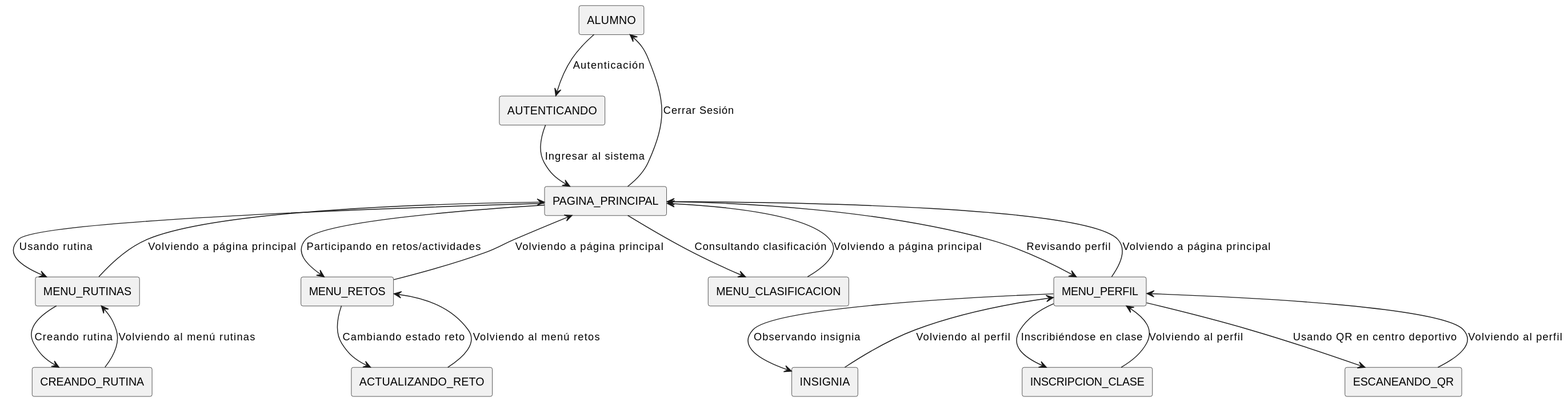
Before: Documentos/Imagenes/DiagramasContexto/AlumnoContexto.svg, a diagram exported from PlantUML (mmasias/24-25-IdSw1-SDR).
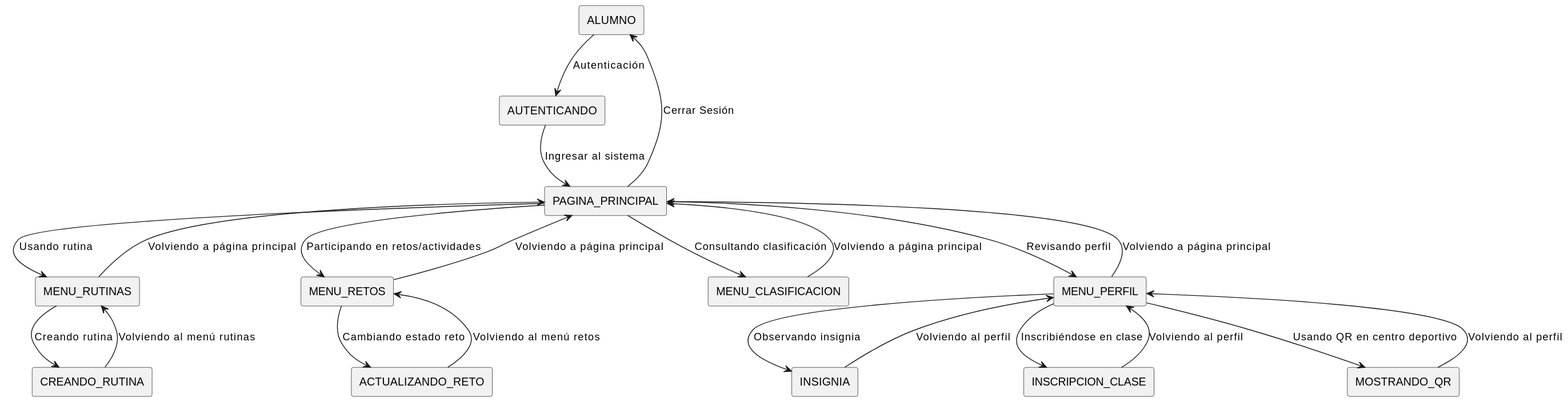
Above is the later version.

What changed in the source:
```diff
@@ -10,7 +10,7 @@
 RECTANGLE(MENU_PERFIL)
 RECTANGLE(INSIGNIA)
 RECTANGLE(INSCRIPCION_CLASE)
-RECTANGLE(ESCANEANDO_QR)
+RECTANGLE(MOSTRANDO_QR)
 
 RECTANGLE(ACTUALIZANDO_RETO)
 RECTANGLE(CREANDO_RUTINA)
@@ -27,7 +27,7 @@
 
 MENU_PERFIL --> INSIGNIA : Observando insignia
 MENU_PERFIL --> INSCRIPCION_CLASE : Inscribiéndose en clase
-MENU_PERFIL --> ESCANEANDO_QR : Usando QR en centro deportivo
+MENU_PERFIL --> MOSTRANDO_QR : Usando QR en centro deportivo
 
 MENU_RETOS --> ACTUALIZANDO_RETO : Cambiando estado reto
 
@@ -46,5 +46,5 @@
 
 INSIGNIA --> MENU_PERFIL : Volviendo al perfil
 INSCRIPCION_CLASE --> MENU_PERFIL : Volviendo al perfil
-ESCANEANDO_QR --> MENU_PERFIL : Volviendo al perfil
+MOSTRANDO_QR --> MENU_PERFIL : Volviendo al perfil
 @enduml
```
